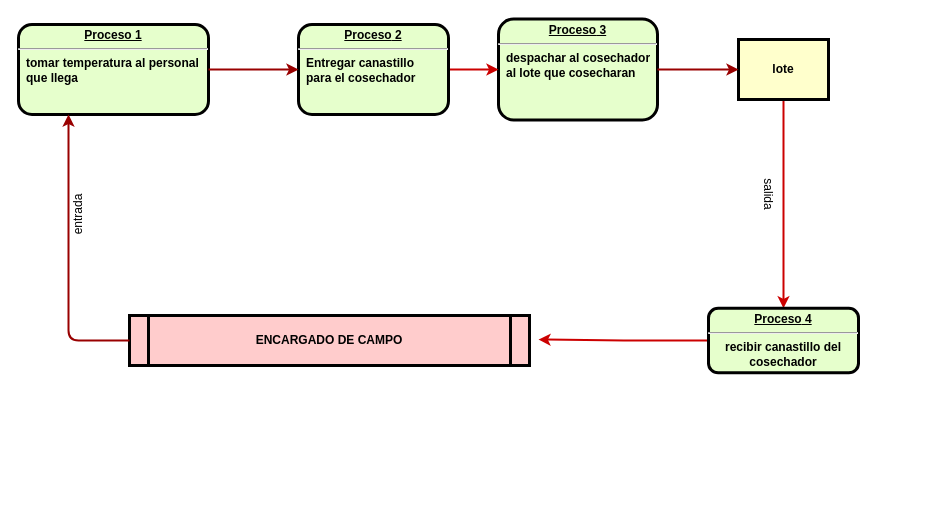
efra1/ejemplo keeps this draw.io diagram as Untitled Diagram.drawio. Above is the earlier version. Source tidied: cells renumbered, new cells numbered last; positions are measured from the earlier drawing's top-left corner, leaving out a move shared by most shapes. Both pictures are drawn from the tidied source at 100%, with x=0, y=0 at pixel (18, 18).
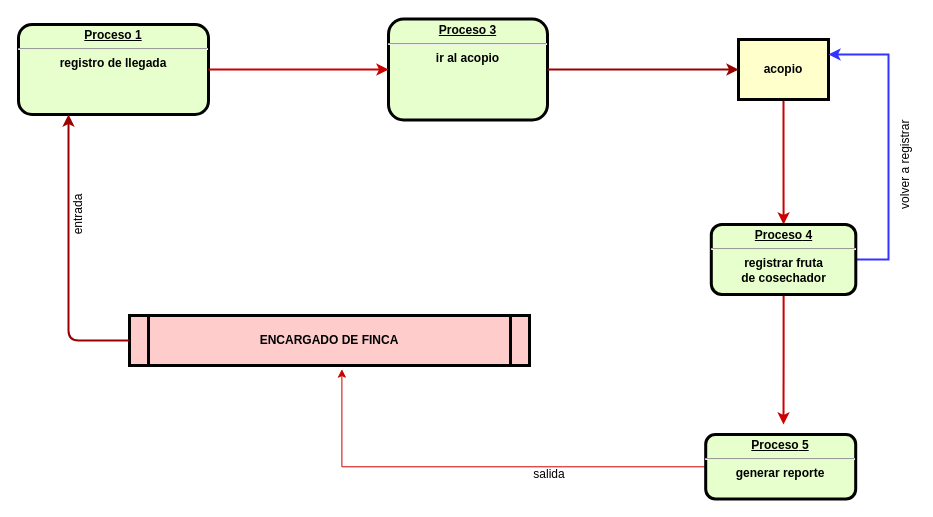
The same page after the edit.

The edit, as a diff of the source:
```diff
@@
-    <mxCell id="2" value="ENCARGADO DE CAMPO" style="shape=process;whiteSpace=wrap;align=center;verticalAlign=middle;size=0.0475;fontStyle=1;strokeWidth=3;fillColor=#FFCCCC;" parent="1" vertex="1">
+    <mxCell id="2" value="ENCARGADO DE FINCA" style="shape=process;whiteSpace=wrap;align=center;verticalAlign=middle;size=0.0475;fontStyle=1;strokeWidth=3;fillColor=#FFCCCC;" parent="1" vertex="1">
       <mxGeometry x="111" y="297" width="400" height="50" as="geometry" />
     </mxCell>
-    <mxCell id="3" value="&lt;p style=&quot;margin: 0px ; margin-top: 4px ; text-align: center ; text-decoration: underline&quot;&gt;&lt;strong&gt;Proceso 1&lt;br&gt;&lt;/strong&gt;&lt;/p&gt;&lt;hr&gt;&lt;p style=&quot;margin: 0px ; margin-left: 8px&quot; align=&quot;left&quot;&gt;tomar temperatura al personal&lt;/p&gt;&lt;p style=&quot;margin: 0px ; margin-left: 8px&quot; align=&quot;left&quot;&gt;que llega&lt;br&gt;&lt;/p&gt;" style="verticalAlign=middle;align=center;overflow=fill;fontSize=12;fontFamily=Helvetica;html=1;rounded=1;fontStyle=1;strokeWidth=3;fillColor=#E6FFCC;" parent="1" vertex="1">
+    <mxCell id="3" value="&lt;p style=&quot;margin: 0px ; margin-top: 4px ; text-align: center ; text-decoration: underline&quot;&gt;&lt;strong&gt;Proceso 1&lt;br&gt;&lt;/strong&gt;&lt;/p&gt;&lt;hr&gt;registro de llegada" style="verticalAlign=middle;align=center;overflow=fill;fontSize=12;fontFamily=Helvetica;html=1;rounded=1;fontStyle=1;strokeWidth=3;fillColor=#E6FFCC;" parent="1" vertex="1">
       <mxGeometry y="6" width="190" height="90" as="geometry" />
     </mxCell>
-    <mxCell id="4" value="&lt;p style=&quot;margin: 0px ; margin-top: 4px ; text-align: center ; text-decoration: underline&quot;&gt;&lt;strong&gt;&lt;strong&gt;Proceso&lt;/strong&gt; 3&lt;br&gt;&lt;/strong&gt;&lt;/p&gt;&lt;hr&gt;&lt;p style=&quot;margin: 0px ; margin-left: 8px&quot; align=&quot;left&quot;&gt;despachar al cosechador&lt;/p&gt;&lt;p style=&quot;margin: 0px ; margin-left: 8px&quot; align=&quot;left&quot;&gt; al lote que cosecharan&lt;br&gt;&lt;/p&gt;" style="verticalAlign=middle;align=center;overflow=fill;fontSize=12;fontFamily=Helvetica;html=1;rounded=1;fontStyle=1;strokeWidth=3;fillColor=#E6FFCC;" parent="1" vertex="1">
-      <mxGeometry x="480" y="0.5" width="159" height="101" as="geometry" />
+    <mxCell id="4" value="&lt;p style=&quot;margin: 0px ; margin-top: 4px ; text-align: center ; text-decoration: underline&quot;&gt;&lt;strong&gt;&lt;strong&gt;Proceso&lt;/strong&gt; 3&lt;br&gt;&lt;/strong&gt;&lt;/p&gt;&lt;hr&gt;ir al acopio" style="verticalAlign=middle;align=center;overflow=fill;fontSize=12;fontFamily=Helvetica;html=1;rounded=1;fontStyle=1;strokeWidth=3;fillColor=#E6FFCC;" parent="1" vertex="1">
+      <mxGeometry x="370" y="0.5" width="159" height="101" as="geometry" />
     </mxCell>
-    <mxCell id="5" style="edgeStyle=orthogonalEdgeStyle;rounded=0;jettySize=auto;html=1;exitX=1;exitY=0.5;exitDx=0;exitDy=0;fillColor=#f8cecc;strokeWidth=2;strokeColor=#CC0000;" parent="1" edge="1" source="6" target="4">
+    <mxCell id="5" style="edgeStyle=orthogonalEdgeStyle;rounded=0;jettySize=auto;html=1;fillColor=#f8cecc;strokeWidth=2;strokeColor=#CC0000;" parent="1" edge="1" source="3" target="4">
       <mxGeometry relative="1" as="geometry" />
     </mxCell>
-    <mxCell id="6" value="&lt;p style=&quot;margin: 0px ; margin-top: 4px ; text-align: center ; text-decoration: underline&quot;&gt;&lt;strong&gt;&lt;strong&gt;Proceso&lt;/strong&gt; 2&lt;br&gt;&lt;/strong&gt;&lt;/p&gt;&lt;hr&gt;&lt;p style=&quot;margin: 0px ; margin-left: 8px&quot; align=&quot;left&quot;&gt;Entregar canastillo&lt;/p&gt;&lt;p style=&quot;margin: 0px ; margin-left: 8px&quot; align=&quot;left&quot;&gt; para el cosechador&lt;br&gt;&lt;/p&gt;" style="verticalAlign=middle;align=center;overflow=fill;fontSize=12;fontFamily=Helvetica;html=1;rounded=1;fontStyle=1;strokeWidth=3;fillColor=#E6FFCC;" parent="1" vertex="1">
-      <mxGeometry x="280" y="6" width="150" height="90" as="geometry" />
-    </mxCell>
-    <mxCell id="7" style="edgeStyle=orthogonalEdgeStyle;rounded=0;jettySize=auto;html=1;fillColor=#f8cecc;strokeWidth=2;strokeColor=#CC0000;" parent="1" edge="1" source="8" target="13">
-      <mxGeometry relative="1" as="geometry" />
-    </mxCell>
+    <mxCell id="16" style="edgeStyle=orthogonalEdgeStyle;rounded=0;jettySize=auto;html=1;strokeColor=#CC0000;strokeWidth=2;" parent="1" edge="1" source="8" target="20">
+      <mxGeometry relative="1" as="geometry" />
+    </mxCell>
-    <mxCell id="8" value="lote " style="whiteSpace=wrap;align=center;verticalAlign=middle;fontStyle=1;strokeWidth=3;fillColor=#FFFFCC;" parent="1" vertex="1">
+    <mxCell id="8" value="acopio" style="whiteSpace=wrap;align=center;verticalAlign=middle;fontStyle=1;strokeWidth=3;fillColor=#FFFFCC;" parent="1" vertex="1">
       <mxGeometry x="720" y="21" width="90" height="60" as="geometry" />
     </mxCell>
@@
-    <mxCell id="10" style="edgeStyle=elbowEdgeStyle;elbow=horizontal;strokeColor=#990000;strokeWidth=2;" parent="1" edge="1" source="3" target="6">
-      <mxGeometry relative="1" as="geometry">
-        <Array as="points">
-          <mxPoint x="350" y="46" />
-          <mxPoint x="355" y="46" />
-        </Array>
-      </mxGeometry>
-    </mxCell>
@@
-    <mxCell id="12" style="edgeStyle=orthogonalEdgeStyle;rounded=0;jettySize=auto;html=1;exitX=0;exitY=0.5;exitDx=0;exitDy=0;strokeColor=#CC0000;strokeWidth=2;" parent="1" edge="1" source="13">
-      <mxGeometry relative="1" as="geometry">
-        <mxPoint x="520" y="321" as="targetPoint" />
-      </mxGeometry>
-    </mxCell>
+    <mxCell id="17" style="edgeStyle=orthogonalEdgeStyle;rounded=0;jettySize=auto;html=1;entryX=0.531;entryY=1.073;entryDx=0;entryDy=0;entryPerimeter=0;strokeColor=#CC0000;" parent="1" edge="1" source="13" target="2">
+      <mxGeometry relative="1" as="geometry" />
+    </mxCell>
-    <mxCell id="13" value="&lt;p style=&quot;margin: 0px ; margin-top: 4px ; text-align: center ; text-decoration: underline&quot;&gt;&lt;strong&gt;&lt;strong&gt;Proceso&lt;/strong&gt; 4&lt;br&gt;&lt;/strong&gt;&lt;/p&gt;&lt;hr&gt;&lt;div&gt;recibir canastillo del &lt;br&gt;&lt;/div&gt;&lt;div&gt;cosechador&lt;br&gt;&lt;/div&gt;" style="verticalAlign=middle;align=center;overflow=fill;fontSize=12;fontFamily=Helvetica;html=1;rounded=1;fontStyle=1;strokeWidth=3;fillColor=#E6FFCC;" parent="1" vertex="1">
-      <mxGeometry x="690" y="289.8" width="150" height="64.5" as="geometry" />
+    <mxCell id="13" value="&lt;p style=&quot;margin: 0px ; margin-top: 4px ; text-align: center ; text-decoration: underline&quot;&gt;&lt;strong&gt;&lt;strong&gt;Proceso&lt;/strong&gt; 5&lt;br&gt;&lt;/strong&gt;&lt;/p&gt;&lt;hr&gt;generar reporte" style="verticalAlign=middle;align=center;overflow=fill;fontSize=12;fontFamily=Helvetica;html=1;rounded=1;fontStyle=1;strokeWidth=3;fillColor=#E6FFCC;" parent="1" vertex="1">
+      <mxGeometry x="687.2" y="416" width="150" height="64.5" as="geometry" />
     </mxCell>
@@
-    <mxCell id="15" value="salida" style="text;html=1;strokeColor=none;fillColor=none;align=center;verticalAlign=middle;whiteSpace=wrap;rounded=0;rotation=90;" parent="1" vertex="1">
-      <mxGeometry x="730" y="166" width="40" height="20" as="geometry" />
+    <mxCell id="15" value="salida" style="text;html=1;strokeColor=none;fillColor=none;align=center;verticalAlign=middle;whiteSpace=wrap;rounded=0;rotation=0;" parent="1" vertex="1">
+      <mxGeometry x="511" y="446" width="40" height="20" as="geometry" />
     </mxCell>
+    <mxCell id="18" style="edgeStyle=orthogonalEdgeStyle;rounded=0;jettySize=auto;html=1;exitX=1;exitY=0.5;exitDx=0;exitDy=0;entryX=1;entryY=0.25;entryDx=0;entryDy=0;strokeColor=#3333FF;strokeWidth=2;" parent="1" edge="1" source="20" target="8">
+      <mxGeometry relative="1" as="geometry">
+        <Array as="points">
+          <mxPoint x="870" y="241" />
+          <mxPoint x="870" y="36" />
+        </Array>
+      </mxGeometry>
+    </mxCell>
+    <mxCell id="19" style="edgeStyle=orthogonalEdgeStyle;rounded=0;jettySize=auto;html=1;strokeWidth=2;strokeColor=#CC0000;" parent="1" edge="1" source="20">
+      <mxGeometry relative="1" as="geometry">
+        <mxPoint x="765" y="406" as="targetPoint" />
+      </mxGeometry>
+    </mxCell>
+    <mxCell id="20" value="&lt;p style=&quot;margin: 0px ; margin-top: 4px ; text-align: center ; text-decoration: underline&quot;&gt;&lt;strong&gt;&lt;strong&gt;Proceso&lt;/strong&gt; 4&lt;br&gt;&lt;/strong&gt;&lt;/p&gt;&lt;hr&gt;&lt;div&gt;registrar fruta&lt;/div&gt;&lt;div&gt;de cosechador&lt;br&gt;&lt;/div&gt;" style="verticalAlign=middle;align=center;overflow=fill;fontSize=12;fontFamily=Helvetica;html=1;rounded=1;fontStyle=1;strokeWidth=3;fillColor=#E6FFCC;" parent="1" vertex="1">
+      <mxGeometry x="692.8" y="206" width="144.5" height="70" as="geometry" />
+    </mxCell>
+    <mxCell id="21" value="volver a registrar" style="text;html=1;strokeColor=none;fillColor=none;align=center;verticalAlign=middle;whiteSpace=wrap;rounded=0;rotation=-90;strokeWidth=3;" parent="1" vertex="1">
+      <mxGeometry x="837.2" y="136" width="100" height="20" as="geometry" />
+    </mxCell>
```
